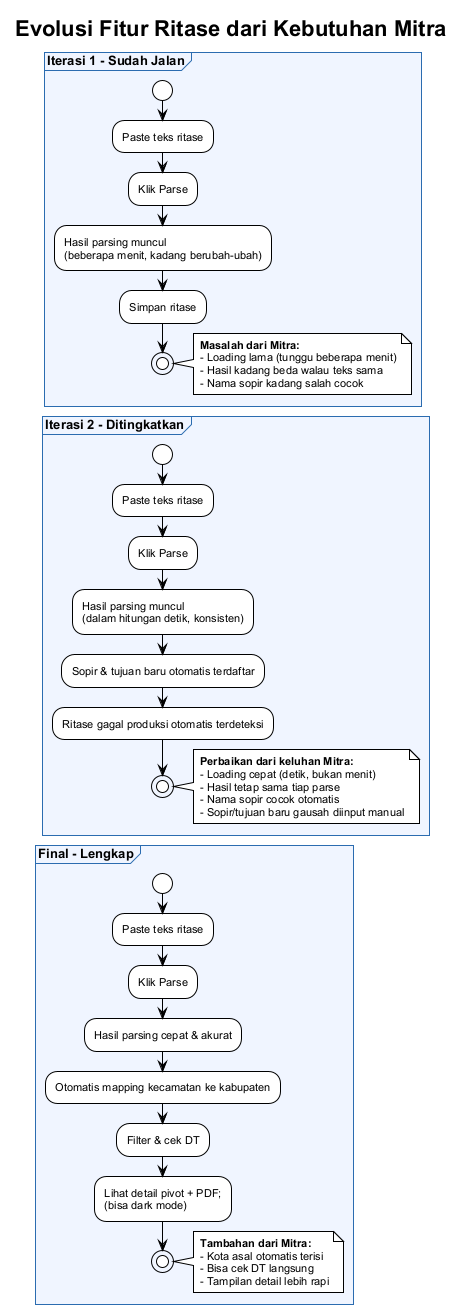
Above: docs/flowchart-ritase-evolusi.png in riandafatur28/sidigas-gaji-sopir-truck (PlantUML), before the change.
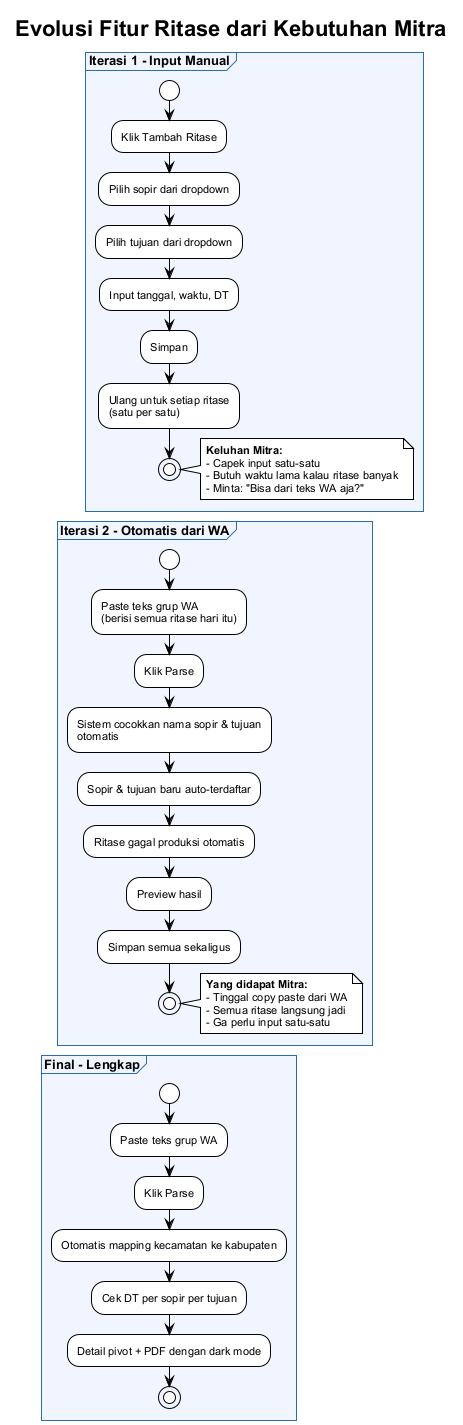
The same diagram one commit later.

Commit message:
fix: flowchart evolusi sesuai cerita mitra - iter1 manual, iter2 dari WA/dropdown

The edit, as a diff of the source:
```diff
@@ -10,53 +10,49 @@
 
 title Evolusi Fitur Ritase dari Kebutuhan Mitra
 
-partition "Iterasi 1 - Sudah Jalan" {
+partition "Iterasi 1 - Input Manual" {
   start
-  :Paste teks ritase;
-  :Klik Parse;
-  :Hasil parsing muncul\n(beberapa menit, kadang berubah-ubah);
-  :Simpan ritase;
+  :Klik Tambah Ritase;
+  :Pilih sopir dari dropdown;
+  :Pilih tujuan dari dropdown;
+  :Input tanggal, waktu, DT;
+  :Simpan;
+  :Ulang untuk setiap ritase\n(satu per satu);
   stop
   note right
-    **Masalah dari Mitra:**
-    - Loading lama (tunggu beberapa menit)
-    - Hasil kadang beda walau teks sama
-    - Nama sopir kadang salah cocok
+    **Keluhan Mitra:**
+    - Capek input satu-satu
+    - Butuh waktu lama kalau ritase banyak
+    - Minta: "Bisa dari teks WA aja?"
   end note
 }
 
-partition "Iterasi 2 - Ditingkatkan" {
+partition "Iterasi 2 - Otomatis dari WA" {
   start
-  :Paste teks ritase;
+  :Paste teks grup WA\n(berisi semua ritase hari itu);
   :Klik Parse;
-  :Hasil parsing muncul\n(dalam hitungan detik, konsisten);
-  :Sopir & tujuan baru otomatis terdaftar;
-  :Ritase gagal produksi otomatis terdeteksi;
+  :Sistem cocokkan nama sopir & tujuan\notomatis;
+  :Sopir & tujuan baru auto-terdaftar;
+  :Ritase gagal produksi otomatis;
+  :Preview hasil;
+  :Simpan semua sekaligus;
   stop
   note right
-    **Perbaikan dari keluhan Mitra:**
-    - Loading cepat (detik, bukan menit)
-    - Hasil tetap sama tiap parse
-    - Nama sopir cocok otomatis
-    - Sopir/tujuan baru gausah diinput manual
+    **Yang didapat Mitra:**
+    - Tinggal copy paste dari WA
+    - Semua ritase langsung jadi
+    - Ga perlu input satu-satu
   end note
 }
 
 partition "Final - Lengkap" {
   start
-  :Paste teks ritase;
+  :Paste teks grup WA;
   :Klik Parse;
-  :Hasil parsing cepat & akurat;
   :Otomatis mapping kecamatan ke kabupaten;
-  :Filter & cek DT;
-  :Lihat detail pivot + PDF;\n(bisa dark mode);
+  :Cek DT per sopir per tujuan;
+  :Detail pivot + PDF dengan dark mode;
   stop
-  note right
-    **Tambahan dari Mitra:**
-    - Kota asal otomatis terisi
-    - Bisa cek DT langsung
-    - Tampilan detail lebih rapi
-  end note
 }
 
 @enduml
```
